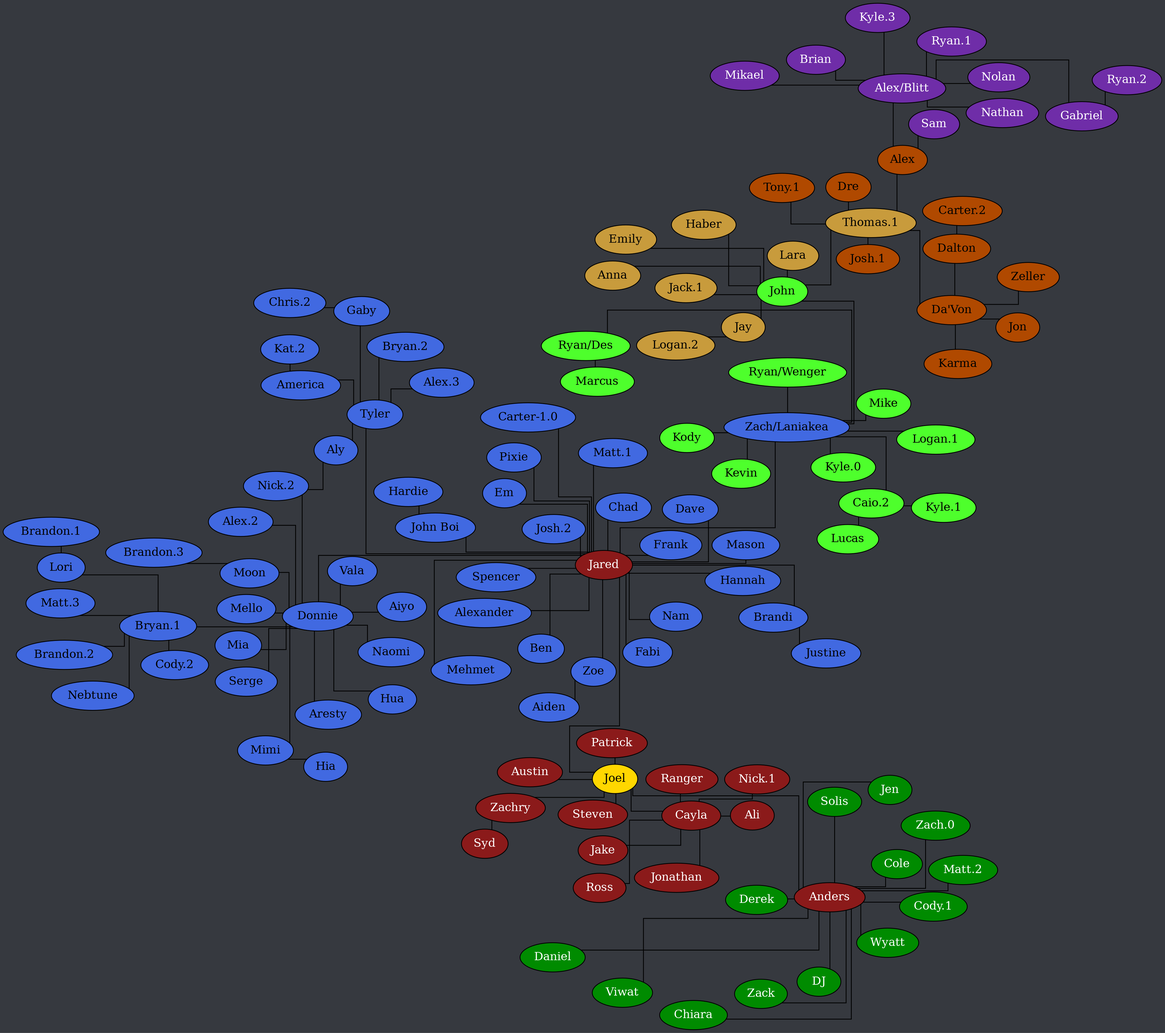
Above: tree.png in Documidas/CoronaCatzFamilyTree (Graphviz), before the change. Its source is kept beside it as tree.dot.
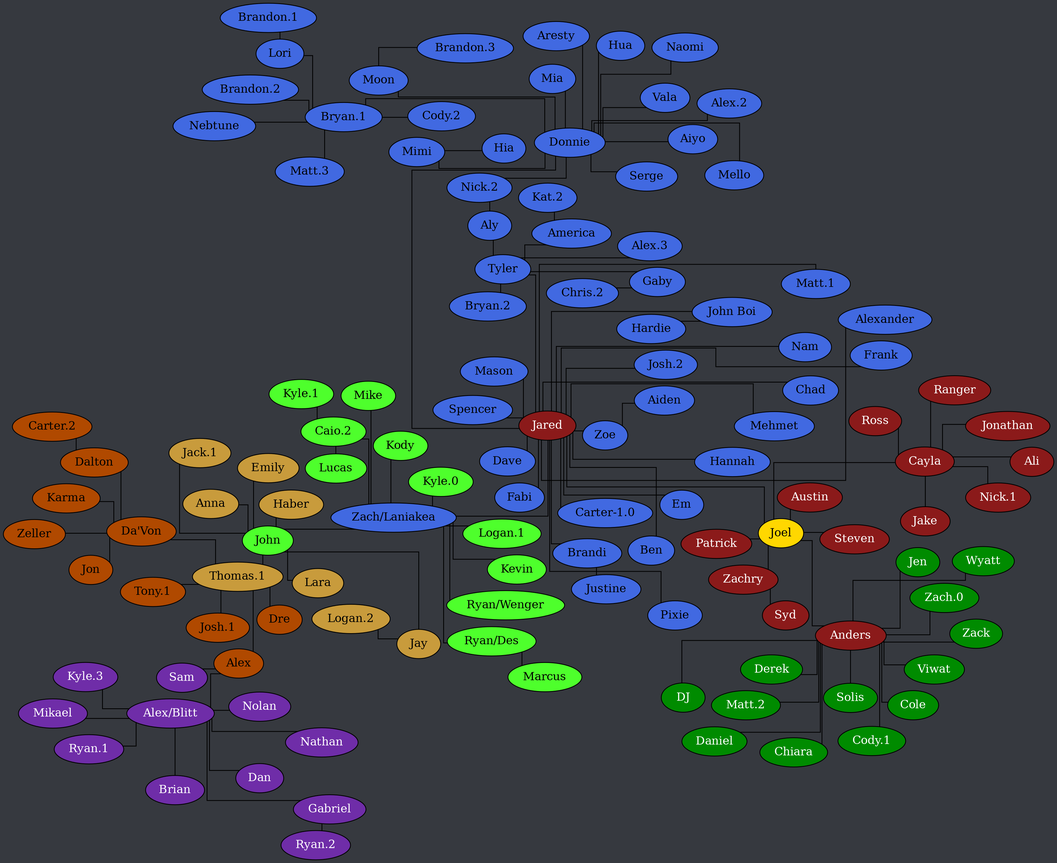
The same file after the commit.

Change to the diagram source:
```diff
@@ -159,6 +159,7 @@
 		Alex -- "Alex/Blitt";
 		Alex -- Sam;
 		"Alex/Blitt" -- Brian;
+		"Alex/Blitt" -- Dan;
 		"Alex/Blitt" -- Gabriel;
 		"Alex/Blitt" -- "Kyle.3";
 		"Alex/Blitt" -- Mikael;
```
